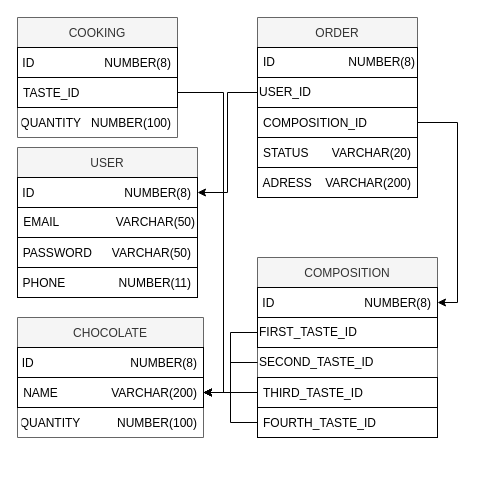
Earlier version of the draw.io diagram resource-images/datalogicDiagram.drawio (frobbery/chocolate-shop). Source tidied: cells renumbered, new cells numbered last; positions are measured from the earlier drawing's top-left corner, leaving out a move shared by most shapes. Both pictures are drawn from the tidied source at 100%, with x=0, y=0 at pixel (17, 17).
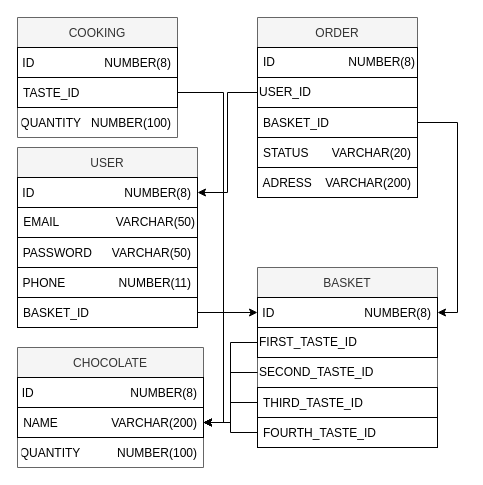
After the change.

Unchanged cells that the change refers to:
```xml
<mxCell id="11" value="ID                           NUMBER(8)" style="text;strokeColor=default;fillColor=none;align=right;verticalAlign=middle;spacingLeft=4;spacingRight=4;overflow=hidden;points=[[0,0.5],[1,0.5]];portConstraint=eastwest;" parent="10" vertex="1">
  <mxGeometry y="30" width="180" height="30" as="geometry" />
</mxCell>
<mxCell id="21" value="ORDER" style="swimlane;fontStyle=0;horizontal=1;startSize=30;strokeColor=#666666;align=center;fillColor=#f5f5f5;fontColor=#333333;" parent="1" vertex="1">
  <mxGeometry x="240" width="160" height="180" as="geometry" />
</mxCell>
```

Change to the diagram source:
```diff
@@
     <mxCell id="2" value="CHOCOLATE" style="swimlane;fontStyle=0;horizontal=1;startSize=30;fillColor=#f5f5f5;fontColor=#333333;strokeColor=#666666;" parent="1" vertex="1">
-      <mxGeometry y="300" width="186" height="120" as="geometry" />
+      <mxGeometry y="330" width="186" height="120" as="geometry" />
     </mxCell>
@@
-    <mxCell id="10" value="COMPOSITION" style="swimlane;fontStyle=0;horizontal=1;startSize=30;strokeColor=#666666;align=center;fillColor=#f5f5f5;fontColor=#333333;" parent="1" vertex="1">
-      <mxGeometry x="240" y="240" width="180" height="180" as="geometry" />
+    <mxCell id="10" value="BASKET" style="swimlane;fontStyle=0;horizontal=1;startSize=30;strokeColor=#666666;align=center;fillColor=#f5f5f5;fontColor=#333333;" parent="1" vertex="1">
+      <mxGeometry x="240" y="250" width="180" height="180" as="geometry" />
     </mxCell>
@@
     <mxCell id="16" value="USER" style="swimlane;fontStyle=0;horizontal=1;startSize=30;strokeColor=#666666;align=center;fillColor=#f5f5f5;fontColor=#333333;" parent="1" vertex="1">
-      <mxGeometry y="130" width="180" height="150" as="geometry" />
+      <mxGeometry y="130" width="180" height="180" as="geometry" />
     </mxCell>
@@
+    <mxCell id="34" value="BASKET_ID" style="text;strokeColor=default;fillColor=none;align=left;verticalAlign=middle;spacingLeft=4;spacingRight=4;overflow=hidden;points=[[0,0.5],[1,0.5]];portConstraint=eastwest;" parent="16" vertex="1">
+      <mxGeometry y="150" width="180" height="30" as="geometry" />
+    </mxCell>
@@
-    <mxCell id="24" value="COMPOSITION_ID" style="text;strokeColor=default;fillColor=none;align=left;verticalAlign=middle;spacingLeft=4;spacingRight=4;overflow=hidden;points=[[0,0.5],[1,0.5]];portConstraint=eastwest;" parent="21" vertex="1">
+    <mxCell id="24" value="BASKET_ID" style="text;strokeColor=default;fillColor=none;align=left;verticalAlign=middle;spacingLeft=4;spacingRight=4;overflow=hidden;points=[[0,0.5],[1,0.5]];portConstraint=eastwest;" parent="21" vertex="1">
       <mxGeometry y="90" width="160" height="30" as="geometry" />
     </mxCell>
@@
+    <mxCell id="35" style="edgeStyle=orthogonalEdgeStyle;rounded=0;jettySize=auto;html=1;entryX=0;entryY=0.5;entryDx=0;entryDy=0;startArrow=none;startFill=0;endArrow=classic;endFill=1;startSize=15;endSize=6;" parent="1" edge="1" source="34" target="11">
+      <mxGeometry relative="1" as="geometry" />
+    </mxCell>
```
